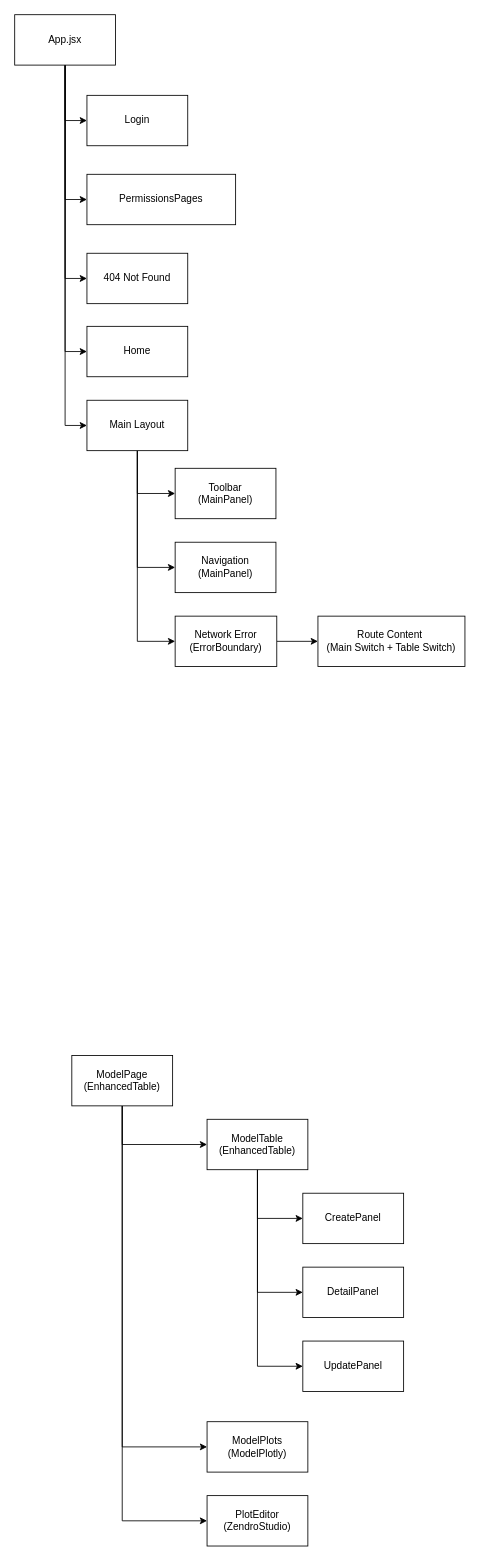
Before: docs/app-design.drawio in Zendro-dev/Sandbox, a draw.io diagram. Source tidied: cells renumbered, new cells numbered last; positions are measured from the earlier drawing's top-left corner, leaving out a move shared by most shapes. Both pictures are drawn from the tidied source at 84%, with x=0, y=0 at pixel (14, 14).
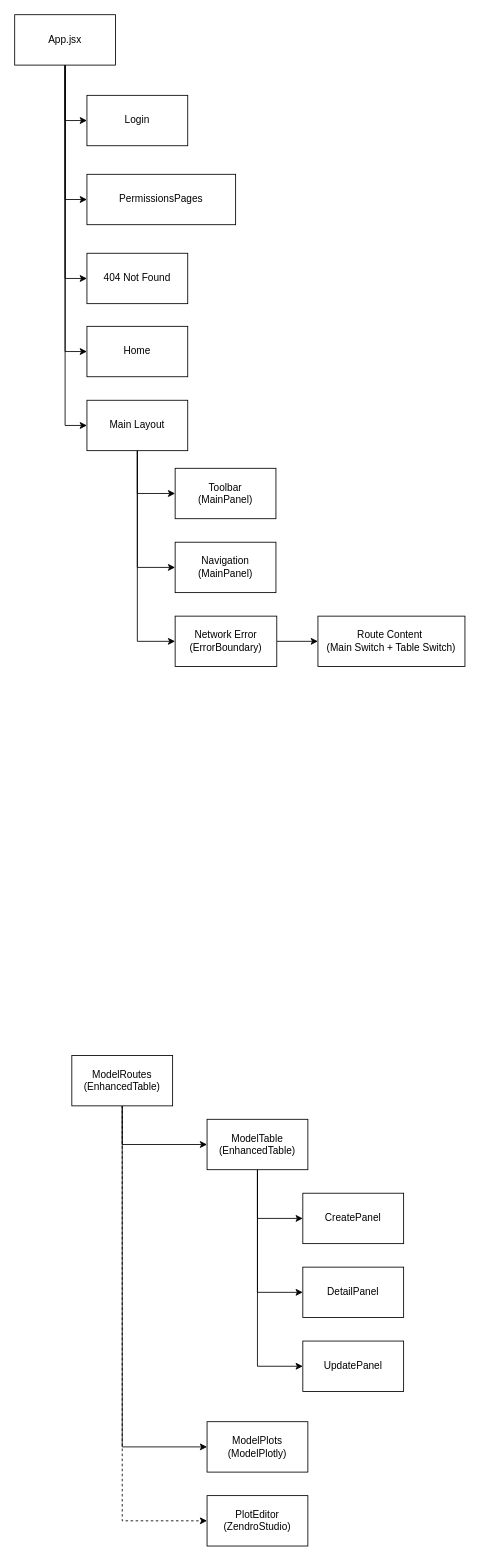
Above is the later version.

Commit message:
docs: rename model-page to model-routes

Unchanged cells that the change refers to:
```xml
<mxCell id="32" value="PlotEditor&lt;br&gt;(ZendroStudio)" style="rounded=0;whiteSpace=wrap;html=1;" parent="1" vertex="1">
  <mxGeometry x="229" y="1763" width="120" height="60" as="geometry" />
</mxCell>
```

Change to the diagram source:
```diff
@@
-    <mxCell id="25" style="edgeStyle=orthogonalEdgeStyle;rounded=0;jettySize=auto;html=1;exitX=0.5;exitY=1;exitDx=0;exitDy=0;entryX=0;entryY=0.5;entryDx=0;entryDy=0;" parent="1" edge="1" source="26" target="32">
+    <mxCell id="25" style="edgeStyle=orthogonalEdgeStyle;rounded=0;jettySize=auto;html=1;exitX=0.5;exitY=1;exitDx=0;exitDy=0;entryX=0;entryY=0.5;entryDx=0;entryDy=0;dashed=1;" parent="1" edge="1" source="26" target="32">
       <mxGeometry relative="1" as="geometry" />
     </mxCell>
-    <mxCell id="26" value="ModelPage&lt;br&gt;(EnhancedTable)" style="rounded=0;whiteSpace=wrap;html=1;" parent="1" vertex="1">
+    <mxCell id="26" value="ModelRoutes&lt;br&gt;(EnhancedTable)" style="rounded=0;whiteSpace=wrap;html=1;" parent="1" vertex="1">
       <mxGeometry x="68" y="1239" width="120" height="60" as="geometry" />
     </mxCell>
```
